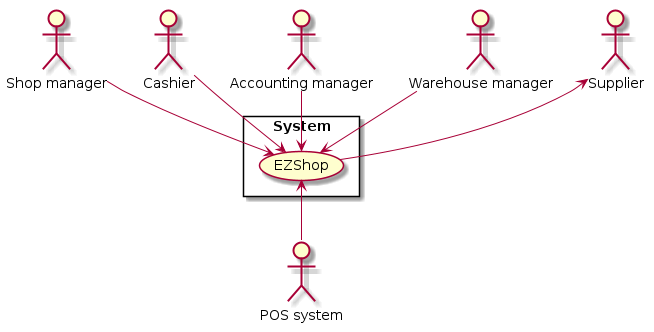
BMike10/EzShop keeps this PlantUML diagram as Deliverables/img/context_diagram.png. Above is the earlier version. Its diagram source:
```plantuml
@startuml context_diagram
	actor :Shop manager: as sm
	actor :Cashier: as cr
	actor :Accounting manager: as am
	actor :Warehouse manager: as wm
	actor :Supplier: as s
	actor :POS system: as ccs
	rectangle System{
	usecase EZShop
	}
	sm --> EZShop
	cr --> EZShop
	am --> EZShop
	wm --> EZShop
	s <-- EZShop
	EZShop <-- ccs
@enduml
```
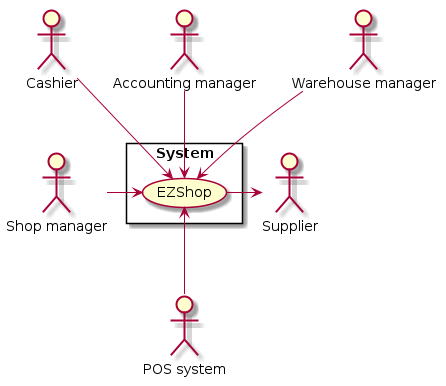
After the commit.

The edit, as a diff of the source:
```diff
@@ -8,10 +8,10 @@
 	rectangle System{
 	usecase EZShop
 	}
-	sm --> EZShop
+	sm -> EZShop
 	cr --> EZShop
 	am --> EZShop
 	wm --> EZShop
-	s <-- EZShop
+	s <- EZShop
 	EZShop <-- ccs
 @enduml
```
